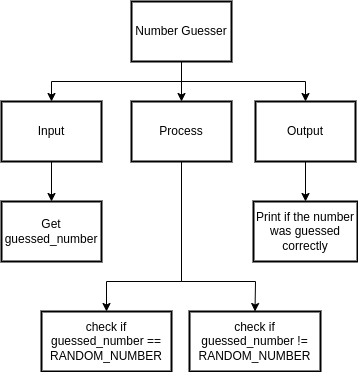
Before: drawio/topDownDesign/topDownDesign.png, a diagram exported from draw.io (Aidan-Lalonde-Novales/ICS3U-Unit3-03-Python). Source tidied: cells renumbered, new cells last; positions are measured from the earlier drawing's top-left corner, leaving out a move shared by most shapes.
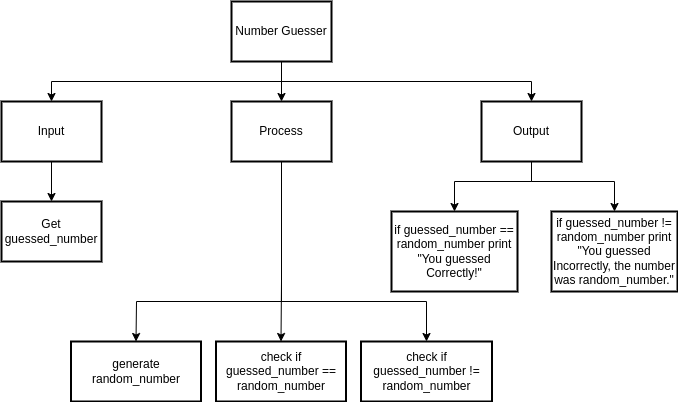
The same diagram one commit later.

Diff of the diagram source:
```diff
@@ -6,18 +6,25 @@
       <mxGeometry relative="1" as="geometry">
         <Array as="points">
           <mxPoint x="180" y="280" />
-          <mxPoint x="105" y="280" />
         </Array>
       </mxGeometry>
     </mxCell>
     <mxCell id="3" style="edgeStyle=none;rounded=0;html=1;exitX=0.5;exitY=1;exitDx=0;exitDy=0;entryX=0.5;entryY=0;entryDx=0;entryDy=0;" parent="1" edge="1" source="4" target="16">
       <mxGeometry relative="1" as="geometry">
         <Array as="points">
-          <mxPoint x="180" y="280" />
-          <mxPoint x="254" y="280" />
+          <mxPoint x="180" y="300" />
+          <mxPoint x="325" y="300" />
         </Array>
       </mxGeometry>
     </mxCell>
+    <mxCell id="17" style="edgeStyle=none;html=1;exitX=0.5;exitY=1;exitDx=0;exitDy=0;entryX=0.5;entryY=0;entryDx=0;entryDy=0;rounded=0;" parent="1" edge="1" source="4" target="19">
+      <mxGeometry relative="1" as="geometry">
+        <Array as="points">
+          <mxPoint x="180" y="300" />
+          <mxPoint x="35" y="300" />
+        </Array>
+      </mxGeometry>
+    </mxCell>
     <mxCell id="4" value="Process" style="rounded=0;whiteSpace=wrap;html=1;absoluteArcSize=1;arcSize=14;strokeWidth=2;" parent="1" vertex="1">
       <mxGeometry x="130" y="100" width="100" height="60" as="geometry" />
     </mxCell>
@@ -25,7 +32,7 @@
       <mxGeometry relative="1" as="geometry">
         <Array as="points">
           <mxPoint x="180" y="80" />
-          <mxPoint x="50" y="80" />
+          <mxPoint x="-50" y="80" />
         </Array>
       </mxGeometry>
     </mxCell>
@@ -36,7 +43,7 @@
       <mxGeometry relative="1" as="geometry">
         <Array as="points">
           <mxPoint x="180" y="80" />
-          <mxPoint x="304" y="80" />
+          <mxPoint x="430" y="80" />
         </Array>
       </mxGeometry>
     </mxCell>
@@ -47,25 +54,44 @@
       <mxGeometry relative="1" as="geometry" />
     </mxCell>
     <mxCell id="10" value="Input" style="rounded=0;whiteSpace=wrap;html=1;absoluteArcSize=1;arcSize=14;strokeWidth=2;" parent="1" vertex="1">
-      <mxGeometry y="100" width="100" height="60" as="geometry" />
+      <mxGeometry x="-100" y="100" width="100" height="60" as="geometry" />
     </mxCell>
     <mxCell id="11" style="edgeStyle=none;rounded=0;html=1;entryX=0.5;entryY=0;entryDx=0;entryDy=0;" parent="1" edge="1" source="12" target="14">
-      <mxGeometry relative="1" as="geometry" />
+      <mxGeometry relative="1" as="geometry">
+        <Array as="points">
+          <mxPoint x="430" y="180" />
+          <mxPoint x="353" y="180" />
+        </Array>
+      </mxGeometry>
     </mxCell>
+    <mxCell id="18" style="edgeStyle=none;rounded=0;html=1;exitX=0.5;exitY=1;exitDx=0;exitDy=0;entryX=0.5;entryY=0;entryDx=0;entryDy=0;" parent="1" edge="1" source="12" target="20">
+      <mxGeometry relative="1" as="geometry">
+        <Array as="points">
+          <mxPoint x="430" y="180" />
+          <mxPoint x="513" y="180" />
+        </Array>
+      </mxGeometry>
+    </mxCell>
     <mxCell id="12" value="Output" style="rounded=0;whiteSpace=wrap;html=1;absoluteArcSize=1;arcSize=14;strokeWidth=2;" parent="1" vertex="1">
-      <mxGeometry x="254" y="100" width="100" height="60" as="geometry" />
+      <mxGeometry x="380" y="100" width="100" height="60" as="geometry" />
     </mxCell>
     <mxCell id="13" value="Get guessed_number" style="rounded=0;whiteSpace=wrap;html=1;absoluteArcSize=1;arcSize=14;strokeWidth=2;" parent="1" vertex="1">
-      <mxGeometry y="200" width="100" height="60" as="geometry" />
+      <mxGeometry x="-100" y="200" width="100" height="60" as="geometry" />
     </mxCell>
-    <mxCell id="14" value="Print if the number was guessed correctly" style="rounded=0;whiteSpace=wrap;html=1;absoluteArcSize=1;arcSize=14;strokeWidth=2;" parent="1" vertex="1">
-      <mxGeometry x="252" y="200" width="104" height="60" as="geometry" />
+    <mxCell id="14" value="if guessed_number == random_number print &quot;You guessed Correctly!&quot;" style="rounded=0;whiteSpace=wrap;html=1;absoluteArcSize=1;arcSize=14;strokeWidth=2;" parent="1" vertex="1">
+      <mxGeometry x="290" y="210" width="126" height="80" as="geometry" />
     </mxCell>
-    <mxCell id="15" value="check if guessed_number == RANDOM_NUMBER" style="rounded=0;whiteSpace=wrap;html=1;absoluteArcSize=1;arcSize=14;strokeWidth=2;" parent="1" vertex="1">
-      <mxGeometry x="40" y="310" width="130" height="60" as="geometry" />
+    <mxCell id="15" value="check if guessed_number == random_number" style="rounded=0;whiteSpace=wrap;html=1;absoluteArcSize=1;arcSize=14;strokeWidth=2;" parent="1" vertex="1">
+      <mxGeometry x="114.5" y="340" width="130" height="60" as="geometry" />
     </mxCell>
-    <mxCell id="16" value="check if guessed_number != RANDOM_NUMBER" style="rounded=0;whiteSpace=wrap;html=1;absoluteArcSize=1;arcSize=14;strokeWidth=2;" parent="1" vertex="1">
-      <mxGeometry x="188" y="310" width="131" height="60" as="geometry" />
+    <mxCell id="16" value="check if guessed_number != random_number" style="rounded=0;whiteSpace=wrap;html=1;absoluteArcSize=1;arcSize=14;strokeWidth=2;" parent="1" vertex="1">
+      <mxGeometry x="259.5" y="340" width="131" height="60" as="geometry" />
     </mxCell>
+    <mxCell id="19" value="generate random_number" style="rounded=0;whiteSpace=wrap;html=1;absoluteArcSize=1;arcSize=14;strokeWidth=2;" parent="1" vertex="1">
+      <mxGeometry x="-30.5" y="340" width="130" height="60" as="geometry" />
+    </mxCell>
+    <mxCell id="20" value="if guessed_number != random_number print &quot;You guessed Incorrectly, the number was random_number.&quot;" style="rounded=0;whiteSpace=wrap;html=1;absoluteArcSize=1;arcSize=14;strokeWidth=2;" parent="1" vertex="1">
+      <mxGeometry x="450" y="210" width="126" height="80" as="geometry" />
+    </mxCell>
   </root>
 </mxGraphModel>
```
